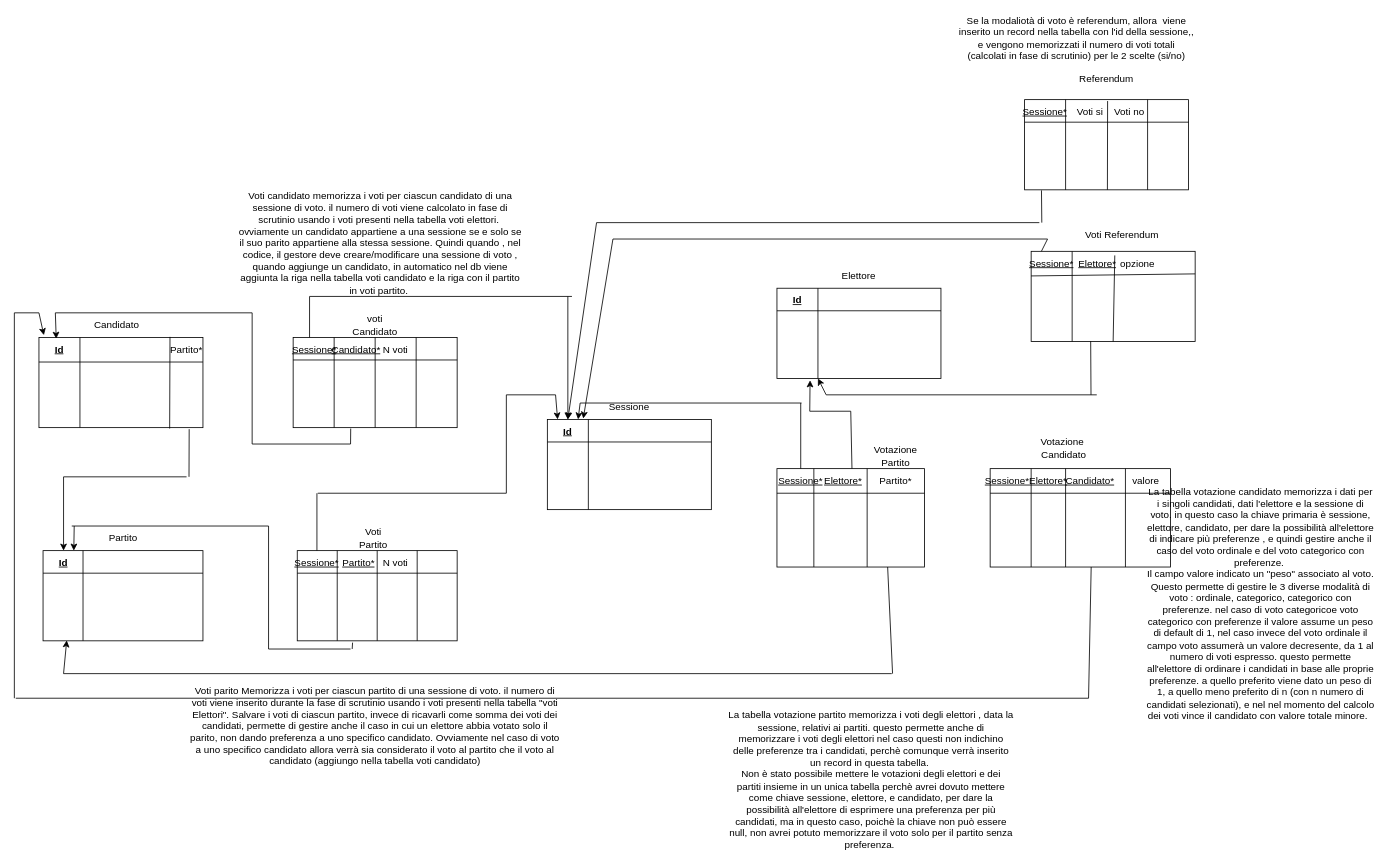
gbrsni/votoElettronico keeps this draw.io diagram as docs/Schema DB.drawio. Above is the earlier version. Source tidied: cells renumbered, new cells numbered last; positions are measured from the earlier drawing's top-left corner, leaving out a move shared by most shapes. Both pictures are drawn from the tidied source at 82%, with x=0, y=0 at pixel (14, 25).
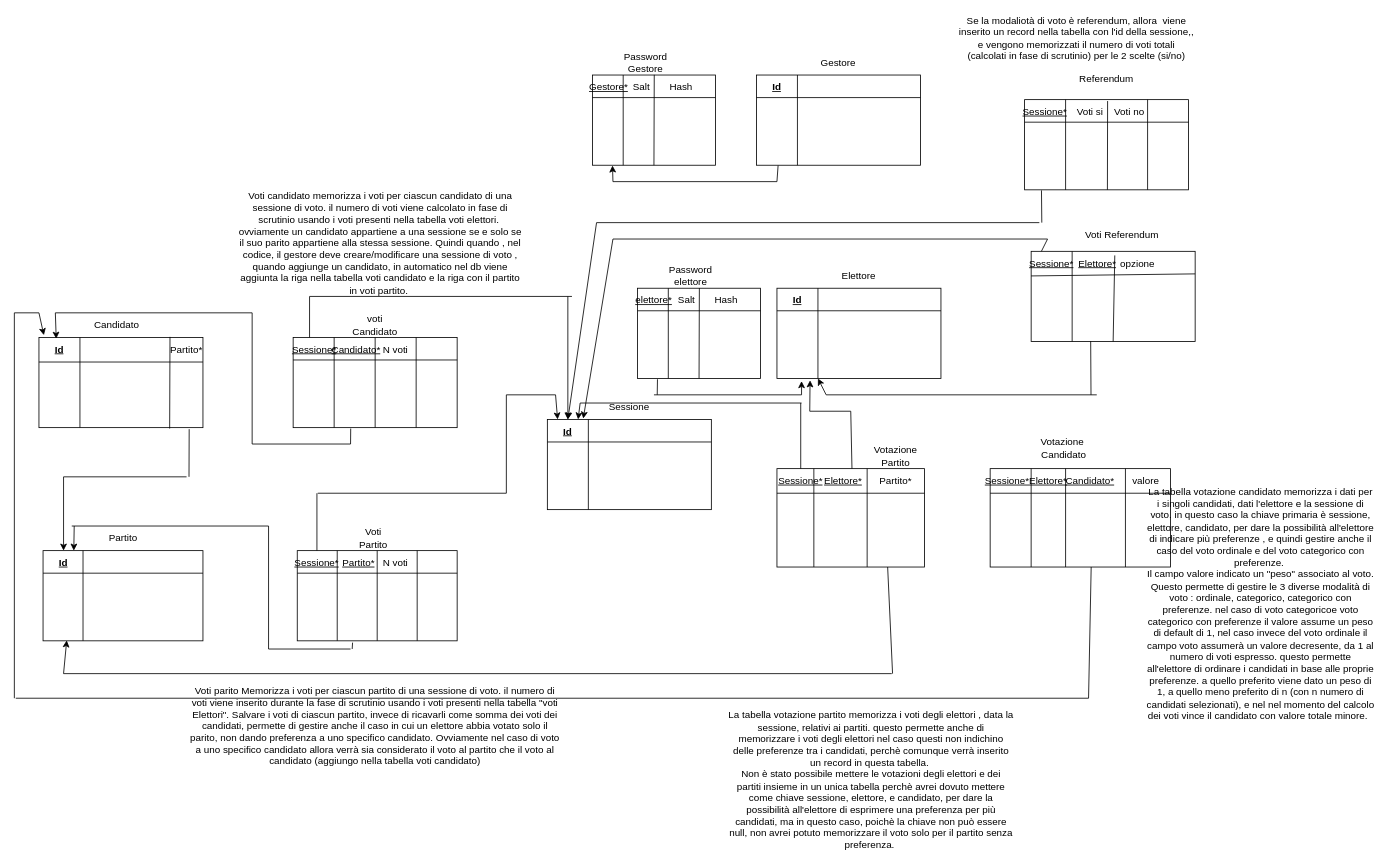
After the change.

Commit message:
aggiunta gestione password

The change refers to these unchanged cells:
```xml
<mxCell id="47" value="Sessione" style="text;html=1;strokeColor=none;fillColor=none;align=center;verticalAlign=middle;whiteSpace=wrap;rounded=0;" parent="1" vertex="1">
  <mxGeometry x="720" y="450" width="60" height="30" as="geometry" />
</mxCell>
<mxCell id="60" style="rounded=0;whiteSpace=wrap;html=1;" parent="1" vertex="1">
  <mxGeometry x="930" y="320" width="200" height="110" as="geometry" />
</mxCell>
```

Diff of the diagram source:
```diff
@@
+    <mxCell id="126" style="rounded=0;whiteSpace=wrap;html=1;" parent="1" vertex="1">
+      <mxGeometry x="760" y="320" width="150" height="110" as="geometry" />
+    </mxCell>
+    <mxCell id="127" value="Password elettore" style="text;html=1;strokeColor=none;fillColor=none;align=center;verticalAlign=middle;whiteSpace=wrap;rounded=0;" parent="1" vertex="1">
+      <mxGeometry x="795" y="290" width="60" height="30" as="geometry" />
+    </mxCell>
+    <mxCell id="128" style="endArrow=none;html=1;rounded=0;entryX=1;entryY=0.25;entryDx=0;entryDy=0;exitX=0;exitY=0.25;exitDx=0;exitDy=0;" parent="1" edge="1" source="126" target="126">
+      <mxGeometry relative="1" as="geometry" />
+    </mxCell>
+    <mxCell id="129" style="endArrow=none;html=1;rounded=0;entryX=0.25;entryY=0;entryDx=0;entryDy=0;exitX=0.25;exitY=1;exitDx=0;exitDy=0;" parent="1" edge="1" source="126" target="126">
+      <mxGeometry relative="1" as="geometry" />
+    </mxCell>
+    <mxCell id="130" value="&lt;u&gt;elettore*&lt;/u&gt;" style="text;html=1;strokeColor=none;fillColor=none;align=center;verticalAlign=middle;whiteSpace=wrap;rounded=0;" parent="1" vertex="1">
+      <mxGeometry x="760" y="320" width="40" height="30" as="geometry" />
+    </mxCell>
+    <mxCell id="131" style="endArrow=none;html=1;rounded=0;entryX=0.673;entryY=0.992;entryDx=0;entryDy=0;entryPerimeter=0;exitX=0.5;exitY=1;exitDx=0;exitDy=0;" parent="1" edge="1" source="126" target="127">
+      <mxGeometry relative="1" as="geometry" />
+    </mxCell>
+    <mxCell id="132" value="Salt&lt;br&gt;" style="text;html=1;strokeColor=none;fillColor=none;align=center;verticalAlign=middle;whiteSpace=wrap;rounded=0;" parent="1" vertex="1">
+      <mxGeometry x="790" y="320" width="60" height="30" as="geometry" />
+    </mxCell>
+    <mxCell id="133" value="Hash&amp;nbsp;" style="text;html=1;strokeColor=none;fillColor=none;align=center;verticalAlign=middle;whiteSpace=wrap;rounded=0;" parent="1" vertex="1">
+      <mxGeometry x="840" y="320" width="60" height="30" as="geometry" />
+    </mxCell>
+    <mxCell id="134" style="endArrow=none;html=1;rounded=0;exitX=1;exitY=0;exitDx=0;exitDy=0;" parent="1" edge="1" source="47">
+      <mxGeometry relative="1" as="geometry">
+        <mxPoint x="960" y="450" as="targetPoint" />
+      </mxGeometry>
+    </mxCell>
+    <mxCell id="135" style="endArrow=classic;html=1;rounded=0;entryX=0.15;entryY=1.03;entryDx=0;entryDy=0;entryPerimeter=0;" parent="1" edge="1" target="60">
+      <mxGeometry relative="1" as="geometry">
+        <mxPoint x="960" y="450" as="sourcePoint" />
+      </mxGeometry>
+    </mxCell>
+    <mxCell id="136" style="endArrow=none;html=1;rounded=0;exitX=0.162;exitY=1.009;exitDx=0;exitDy=0;exitPerimeter=0;" parent="1" edge="1" source="126">
+      <mxGeometry relative="1" as="geometry">
+        <mxPoint x="784" y="450" as="targetPoint" />
+      </mxGeometry>
+    </mxCell>
+    <mxCell id="137" style="rounded=0;whiteSpace=wrap;html=1;" parent="1" vertex="1">
+      <mxGeometry x="705" y="60" width="150" height="110" as="geometry" />
+    </mxCell>
+    <mxCell id="138" value="Password Gestore" style="text;html=1;strokeColor=none;fillColor=none;align=center;verticalAlign=middle;whiteSpace=wrap;rounded=0;" parent="1" vertex="1">
+      <mxGeometry x="740" y="30" width="60" height="30" as="geometry" />
+    </mxCell>
+    <mxCell id="139" style="endArrow=none;html=1;rounded=0;entryX=1;entryY=0.25;entryDx=0;entryDy=0;exitX=0;exitY=0.25;exitDx=0;exitDy=0;" parent="1" edge="1" source="137" target="137">
+      <mxGeometry relative="1" as="geometry" />
+    </mxCell>
+    <mxCell id="140" style="endArrow=none;html=1;rounded=0;entryX=0.25;entryY=0;entryDx=0;entryDy=0;exitX=0.25;exitY=1;exitDx=0;exitDy=0;" parent="1" edge="1" source="137" target="137">
+      <mxGeometry relative="1" as="geometry" />
+    </mxCell>
+    <mxCell id="141" value="&lt;u&gt;Gestore*&lt;/u&gt;" style="text;html=1;strokeColor=none;fillColor=none;align=center;verticalAlign=middle;whiteSpace=wrap;rounded=0;" parent="1" vertex="1">
+      <mxGeometry x="705" y="60" width="40" height="30" as="geometry" />
+    </mxCell>
+    <mxCell id="142" style="endArrow=none;html=1;rounded=0;entryX=0.673;entryY=0.992;entryDx=0;entryDy=0;entryPerimeter=0;exitX=0.5;exitY=1;exitDx=0;exitDy=0;" parent="1" edge="1" source="137" target="138">
+      <mxGeometry relative="1" as="geometry" />
+    </mxCell>
+    <mxCell id="143" value="Salt&lt;br&gt;" style="text;html=1;strokeColor=none;fillColor=none;align=center;verticalAlign=middle;whiteSpace=wrap;rounded=0;" parent="1" vertex="1">
+      <mxGeometry x="735" y="60" width="60" height="30" as="geometry" />
+    </mxCell>
+    <mxCell id="144" value="Hash&amp;nbsp;" style="text;html=1;strokeColor=none;fillColor=none;align=center;verticalAlign=middle;whiteSpace=wrap;rounded=0;" parent="1" vertex="1">
+      <mxGeometry x="785" y="60" width="60" height="30" as="geometry" />
+    </mxCell>
+    <mxCell id="145" style="rounded=0;whiteSpace=wrap;html=1;" parent="1" vertex="1">
+      <mxGeometry x="905" y="60" width="200" height="110" as="geometry" />
+    </mxCell>
+    <mxCell id="146" value="Gestore" style="text;html=1;strokeColor=none;fillColor=none;align=center;verticalAlign=middle;whiteSpace=wrap;rounded=0;" parent="1" vertex="1">
+      <mxGeometry x="975" y="30" width="60" height="30" as="geometry" />
+    </mxCell>
+    <mxCell id="147" style="endArrow=none;html=1;rounded=0;jumpStyle=none;entryX=1;entryY=0.25;entryDx=0;entryDy=0;exitX=0;exitY=0.25;exitDx=0;exitDy=0;" parent="1" edge="1" source="145" target="145">
+      <mxGeometry relative="1" as="geometry" />
+    </mxCell>
+    <mxCell id="148" style="endArrow=none;html=1;rounded=0;jumpStyle=none;entryX=0.25;entryY=0;entryDx=0;entryDy=0;exitX=0.25;exitY=1;exitDx=0;exitDy=0;" parent="1" edge="1" source="145" target="145">
+      <mxGeometry relative="1" as="geometry" />
+    </mxCell>
+    <mxCell id="149" value="&lt;b&gt;&lt;u&gt;Id&lt;/u&gt;&lt;/b&gt;" style="text;html=1;strokeColor=none;fillColor=none;align=center;verticalAlign=middle;whiteSpace=wrap;rounded=0;" parent="1" vertex="1">
+      <mxGeometry x="905" y="60" width="50" height="30" as="geometry" />
+    </mxCell>
+    <mxCell id="150" style="endArrow=none;html=1;rounded=0;" parent="1" edge="1">
+      <mxGeometry relative="1" as="geometry">
+        <mxPoint x="730" y="190" as="sourcePoint" />
+        <mxPoint x="930" y="190" as="targetPoint" />
+      </mxGeometry>
+    </mxCell>
+    <mxCell id="151" style="endArrow=classic;html=1;rounded=0;entryX=0.163;entryY=1.003;entryDx=0;entryDy=0;entryPerimeter=0;" parent="1" edge="1" target="137">
+      <mxGeometry relative="1" as="geometry">
+        <mxPoint x="730" y="190" as="sourcePoint" />
+      </mxGeometry>
+    </mxCell>
+    <mxCell id="152" style="endArrow=none;html=1;rounded=0;entryX=0.132;entryY=1.003;entryDx=0;entryDy=0;entryPerimeter=0;" parent="1" edge="1" target="145">
+      <mxGeometry relative="1" as="geometry">
+        <mxPoint x="930" y="190" as="sourcePoint" />
+      </mxGeometry>
+    </mxCell>
```
